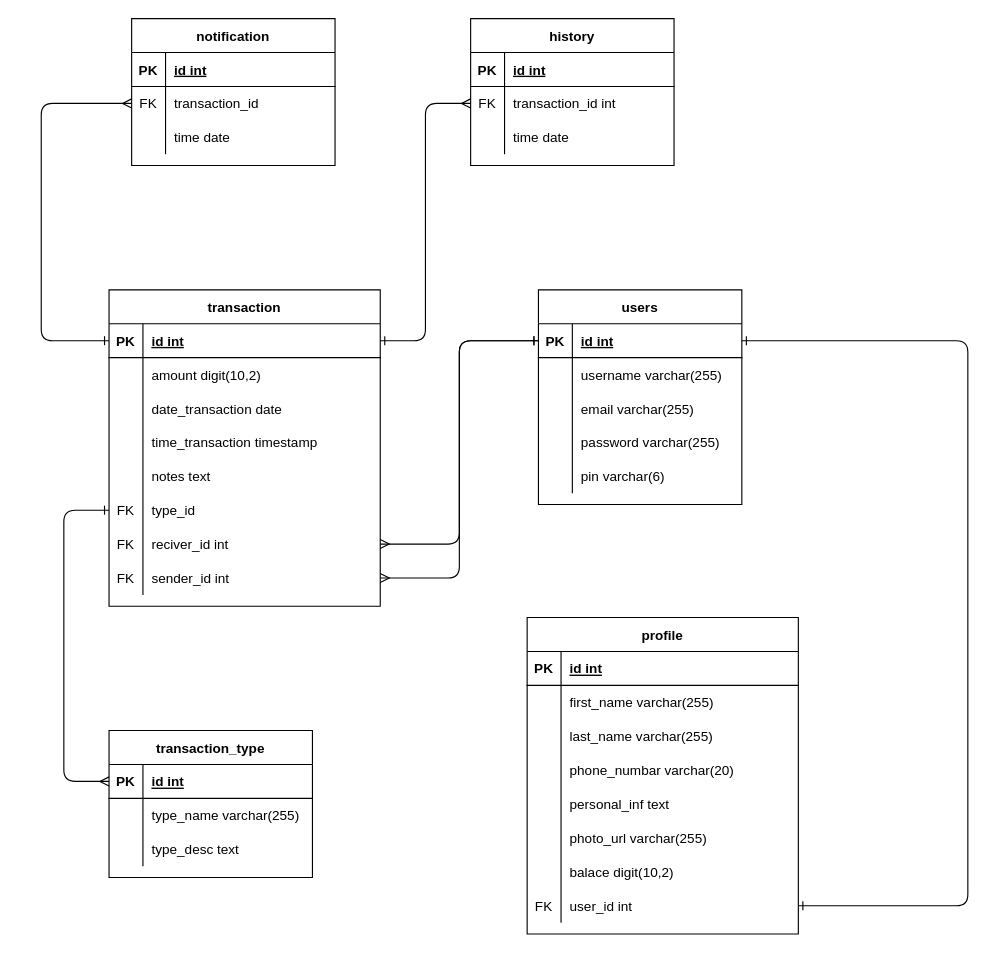
The draw.io diagram erd.drawio in afrizalsofyan/fw9-backend, before the edit. Source tidied: cells renumbered, new cells numbered last; positions are measured from the earlier drawing's top-left corner, leaving out a move shared by most shapes. Both pictures are drawn from the tidied source at 113%, with x=0, y=0 at pixel (41, 18).
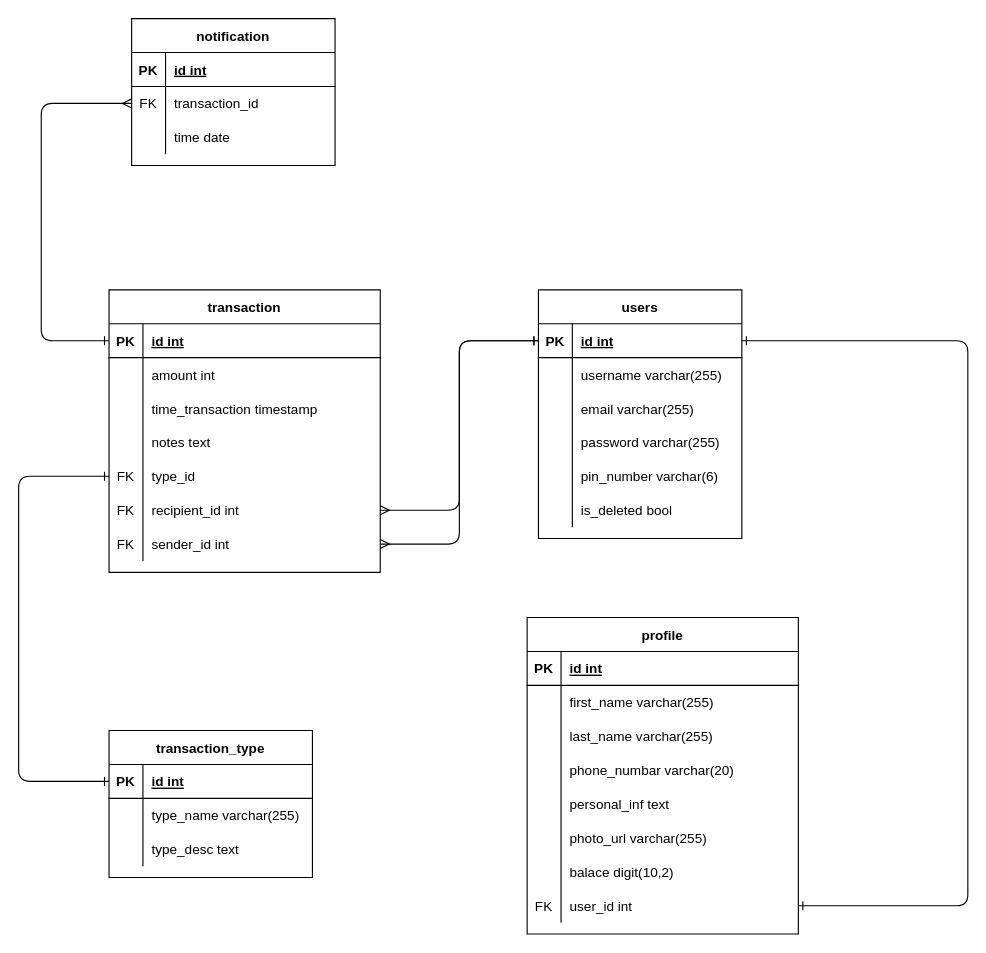
Above is the later version.

Commit message (it also covers changes not shown here):
chore: update Database and ERD design

The change refers to these unchanged cells:
```xml
<mxCell id="15" style="shape=partialRectangle;fillColor=none;top=0;left=0;bottom=0;right=0;" parent="2" vertex="1">
  <mxGeometry y="150" width="180" height="30" as="geometry" />
</mxCell>
<mxCell id="44" style="shape=partialRectangle;fillColor=none;top=0;left=0;bottom=1;right=0;points=[[0,0.5],[1,0.5]];portConstraint=eastwest;" parent="43" vertex="1">
  <mxGeometry y="30" width="240" height="30" as="geometry" />
</mxCell>
<mxCell id="47" style="shape=partialRectangle;fillColor=none;top=0;left=0;bottom=0;right=0;" parent="43" vertex="1">
  <mxGeometry y="60" width="240" height="30" as="geometry" />
</mxCell>
<mxCell id="69" style="shape=partialRectangle;fillColor=none;top=0;left=0;bottom=1;right=0;points=[[0,0.5],[1,0.5]];portConstraint=eastwest;" parent="68" vertex="1">
  <mxGeometry y="30" width="180" height="30" as="geometry" />
</mxCell>
```

What changed in the source:
```diff
@@
     <mxCell id="2" value="users" style="shape=table;startSize=30;childLayout=tableLayout;rowLines=0;fontStyle=1;align=center;" parent="1" vertex="1">
-      <mxGeometry x="440" y="240" width="180" height="190" as="geometry" />
+      <mxGeometry x="440" y="240" width="180" height="220" as="geometry" />
     </mxCell>
@@
-    <mxCell id="17" value="pin varchar(6)" style="shape=partialRectangle;fillColor=none;top=0;left=0;bottom=0;right=0;align=left;spacingLeft=6;overflow=hidden;" parent="15" vertex="1">
+    <mxCell id="17" value="pin_number varchar(6)" style="shape=partialRectangle;fillColor=none;top=0;left=0;bottom=0;right=0;align=left;spacingLeft=6;overflow=hidden;" parent="15" vertex="1">
       <mxGeometry x="30" width="150" height="30" as="geometry" />
     </mxCell>
+    <mxCell id="104" style="shape=partialRectangle;fillColor=none;top=0;left=0;bottom=0;right=0;" parent="2" vertex="1">
+      <mxGeometry y="180" width="180" height="30" as="geometry" />
+    </mxCell>
+    <mxCell id="105" style="shape=partialRectangle;fillColor=none;top=0;left=0;bottom=0;right=0;overflow=hidden;" parent="104" vertex="1">
+      <mxGeometry width="30" height="30" as="geometry" />
+    </mxCell>
+    <mxCell id="106" value="is_deleted bool" style="shape=partialRectangle;fillColor=none;top=0;left=0;bottom=0;right=0;align=left;spacingLeft=6;overflow=hidden;" parent="104" vertex="1">
+      <mxGeometry x="30" width="150" height="30" as="geometry" />
+    </mxCell>
@@
     <mxCell id="43" value="transaction" style="shape=table;startSize=30;childLayout=tableLayout;rowLines=0;fontStyle=1;align=center;" parent="1" vertex="1">
-      <mxGeometry x="60" y="240" width="240" height="280" as="geometry" />
+      <mxGeometry x="60" y="240" width="240" height="250" as="geometry" />
     </mxCell>
@@
-    <mxCell id="49" value="amount digit(10,2)" style="shape=partialRectangle;fillColor=none;top=0;left=0;bottom=0;right=0;align=left;spacingLeft=6;overflow=hidden;" parent="47" vertex="1">
+    <mxCell id="49" value="amount int" style="shape=partialRectangle;fillColor=none;top=0;left=0;bottom=0;right=0;align=left;spacingLeft=6;overflow=hidden;" parent="47" vertex="1">
       <mxGeometry x="30" width="210" height="30" as="geometry" />
     </mxCell>
-    <mxCell id="50" style="shape=partialRectangle;fillColor=none;top=0;left=0;bottom=0;right=0;" parent="43" vertex="1">
-      <mxGeometry y="90" width="240" height="30" as="geometry" />
-    </mxCell>
-    <mxCell id="51" style="shape=partialRectangle;fillColor=none;top=0;left=0;bottom=0;right=0;overflow=hidden;" parent="50" vertex="1">
-      <mxGeometry width="30" height="30" as="geometry" />
-    </mxCell>
-    <mxCell id="52" value="date_transaction date" style="shape=partialRectangle;fillColor=none;top=0;left=0;bottom=0;right=0;align=left;spacingLeft=6;overflow=hidden;" parent="50" vertex="1">
-      <mxGeometry x="30" width="210" height="30" as="geometry" />
-    </mxCell>
     <mxCell id="53" style="shape=partialRectangle;fillColor=none;top=0;left=0;bottom=0;right=0;" parent="43" vertex="1">
-      <mxGeometry y="120" width="240" height="30" as="geometry" />
+      <mxGeometry y="90" width="240" height="30" as="geometry" />
     </mxCell>
@@
     <mxCell id="56" style="shape=partialRectangle;fillColor=none;top=0;left=0;bottom=0;right=0;" parent="43" vertex="1">
-      <mxGeometry y="150" width="240" height="30" as="geometry" />
+      <mxGeometry y="120" width="240" height="30" as="geometry" />
     </mxCell>
@@
     <mxCell id="59" style="shape=partialRectangle;fillColor=none;top=0;left=0;bottom=0;right=0;points=[[0,0.5],[1,0.5]];portConstraint=eastwest;" parent="43" vertex="1">
-      <mxGeometry y="180" width="240" height="30" as="geometry" />
+      <mxGeometry y="150" width="240" height="30" as="geometry" />
     </mxCell>
@@
     <mxCell id="62" style="shape=partialRectangle;fillColor=none;top=0;left=0;bottom=0;right=0;points=[[0,0.5],[1,0.5]];portConstraint=eastwest;" parent="43" vertex="1">
-      <mxGeometry y="210" width="240" height="30" as="geometry" />
+      <mxGeometry y="180" width="240" height="30" as="geometry" />
     </mxCell>
@@
-    <mxCell id="64" value="reciver_id int" style="shape=partialRectangle;fillColor=none;top=0;left=0;bottom=0;right=0;align=left;spacingLeft=6;overflow=hidden;" parent="62" vertex="1">
+    <mxCell id="64" value="recipient_id int" style="shape=partialRectangle;fillColor=none;top=0;left=0;bottom=0;right=0;align=left;spacingLeft=6;overflow=hidden;" parent="62" vertex="1">
       <mxGeometry x="30" width="210" height="30" as="geometry" />
     </mxCell>
     <mxCell id="65" style="shape=partialRectangle;fillColor=none;top=0;left=0;bottom=0;right=0;points=[[0,0.5],[1,0.5]];portConstraint=eastwest;" parent="43" vertex="1">
-      <mxGeometry y="240" width="240" height="30" as="geometry" />
+      <mxGeometry y="210" width="240" height="30" as="geometry" />
     </mxCell>
@@
-    <mxCell id="81" style="edgeStyle=orthogonalEdgeStyle;html=1;entryX=0;entryY=0.5;entryDx=0;entryDy=0;startArrow=ERone;startFill=0;endArrow=ERmany;endFill=0;" parent="1" edge="1" source="59" target="69">
+    <mxCell id="81" style="edgeStyle=orthogonalEdgeStyle;html=1;entryX=0;entryY=0.5;entryDx=0;entryDy=0;startArrow=ERone;startFill=0;endArrow=ERone;endFill=0;" parent="1" edge="1" source="59" target="69">
       <mxGeometry relative="1" as="geometry">
         <Array as="points">
-          <mxPoint x="20" y="435" />
-          <mxPoint x="20" y="675" />
+          <mxPoint x="-20" y="405" />
+          <mxPoint x="-20" y="675" />
         </Array>
       </mxGeometry>
     </mxCell>
@@
-    <mxCell id="92" value="history" style="shape=table;startSize=30;childLayout=tableLayout;rowLines=0;fontStyle=1;align=center;" parent="1" vertex="1">
-      <mxGeometry x="380" width="180" height="130" as="geometry" />
-    </mxCell>
-    <mxCell id="93" style="shape=partialRectangle;fillColor=none;top=0;left=0;bottom=1;right=0;" parent="92" vertex="1">
-      <mxGeometry y="30" width="180" height="30" as="geometry" />
-    </mxCell>
-    <mxCell id="94" value="PK" style="shape=partialRectangle;fillColor=none;top=0;left=0;bottom=0;right=0;fontStyle=1;overflow=hidden;" parent="93" vertex="1">
-      <mxGeometry width="30" height="30" as="geometry" />
-    </mxCell>
-    <mxCell id="95" value="id int" style="shape=partialRectangle;fillColor=none;top=0;left=0;bottom=0;right=0;align=left;spacingLeft=6;fontStyle=5;overflow=hidden;" parent="93" vertex="1">
-      <mxGeometry x="30" width="150" height="30" as="geometry" />
-    </mxCell>
-    <mxCell id="96" style="shape=partialRectangle;fillColor=none;top=0;left=0;bottom=0;right=0;points=[[0,0.5],[1,0.5]];portConstraint=eastwest;" parent="92" vertex="1">
-      <mxGeometry y="60" width="180" height="30" as="geometry" />
-    </mxCell>
-    <mxCell id="97" value="FK" style="shape=partialRectangle;fillColor=none;top=0;left=0;bottom=0;right=0;overflow=hidden;" parent="96" vertex="1">
-      <mxGeometry width="30" height="30" as="geometry" />
-    </mxCell>
-    <mxCell id="98" value="transaction_id int" style="shape=partialRectangle;fillColor=none;top=0;left=0;bottom=0;right=0;align=left;spacingLeft=6;overflow=hidden;" parent="96" vertex="1">
-      <mxGeometry x="30" width="150" height="30" as="geometry" />
-    </mxCell>
-    <mxCell id="99" style="shape=partialRectangle;fillColor=none;top=0;left=0;bottom=0;right=0;" parent="92" vertex="1">
-      <mxGeometry y="90" width="180" height="30" as="geometry" />
-    </mxCell>
-    <mxCell id="100" style="shape=partialRectangle;fillColor=none;top=0;left=0;bottom=0;right=0;overflow=hidden;" parent="99" vertex="1">
-      <mxGeometry width="30" height="30" as="geometry" />
-    </mxCell>
-    <mxCell id="101" value="time date" style="shape=partialRectangle;fillColor=none;top=0;left=0;bottom=0;right=0;align=left;spacingLeft=6;overflow=hidden;" parent="99" vertex="1">
-      <mxGeometry x="30" width="150" height="30" as="geometry" />
-    </mxCell>
@@
-    <mxCell id="103" style="edgeStyle=orthogonalEdgeStyle;html=1;entryX=0;entryY=0.5;entryDx=0;entryDy=0;startArrow=ERone;startFill=0;endArrow=ERmany;endFill=0;" parent="1" edge="1" source="44" target="96">
-      <mxGeometry relative="1" as="geometry" />
-    </mxCell>
```
